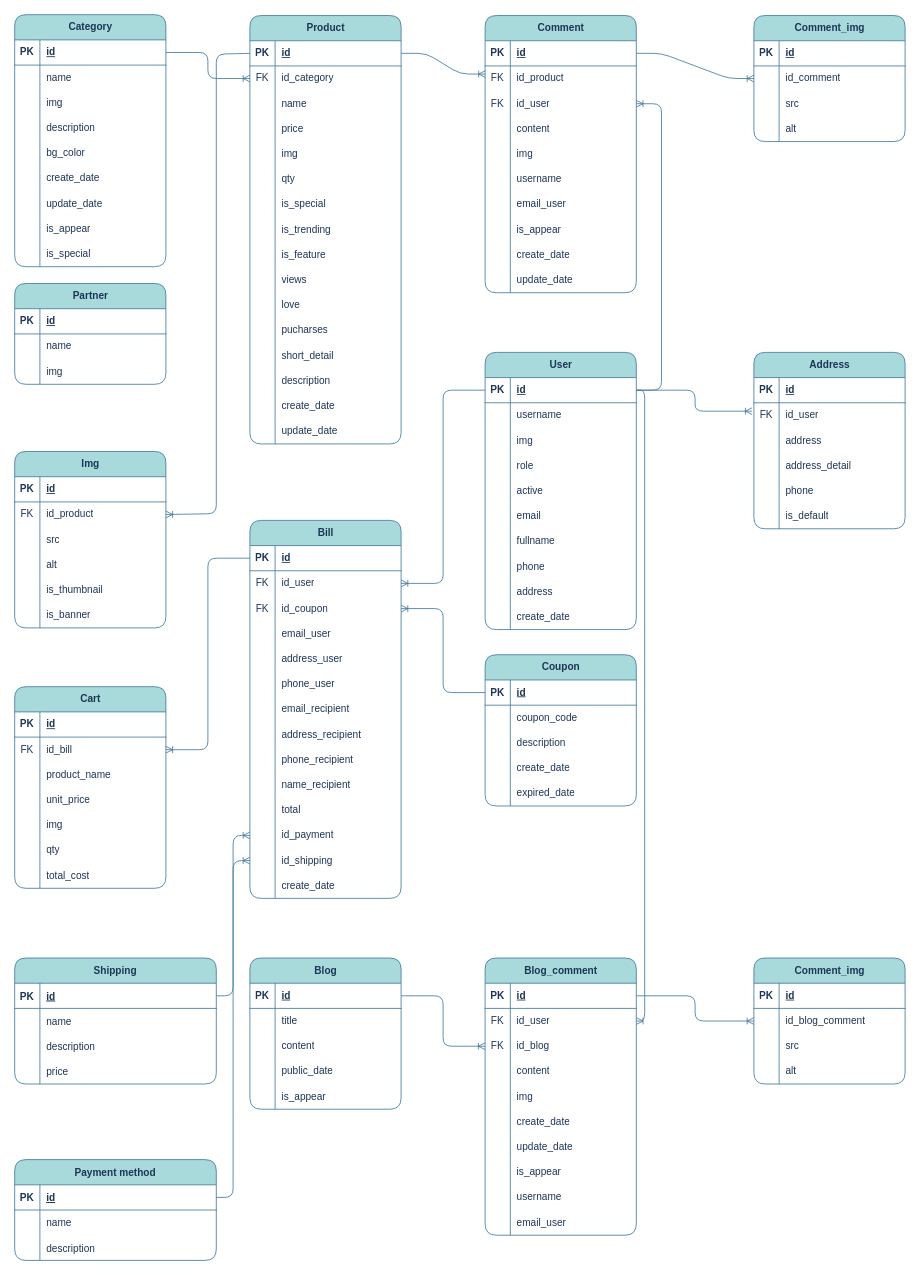
Above: page "ERD_Level-2" (1 of 3) of .vscode/LEGOUS_DIAGRAM.drawio in thanh8724/Legous (draw.io), before the change. Source tidied: cells renumbered, new cells numbered last; positions are measured from the earlier drawing's top-left corner, leaving out a move shared by most shapes. Both pictures are drawn from the tidied source at 84%, with x=0, y=0 at pixel (14, 14).
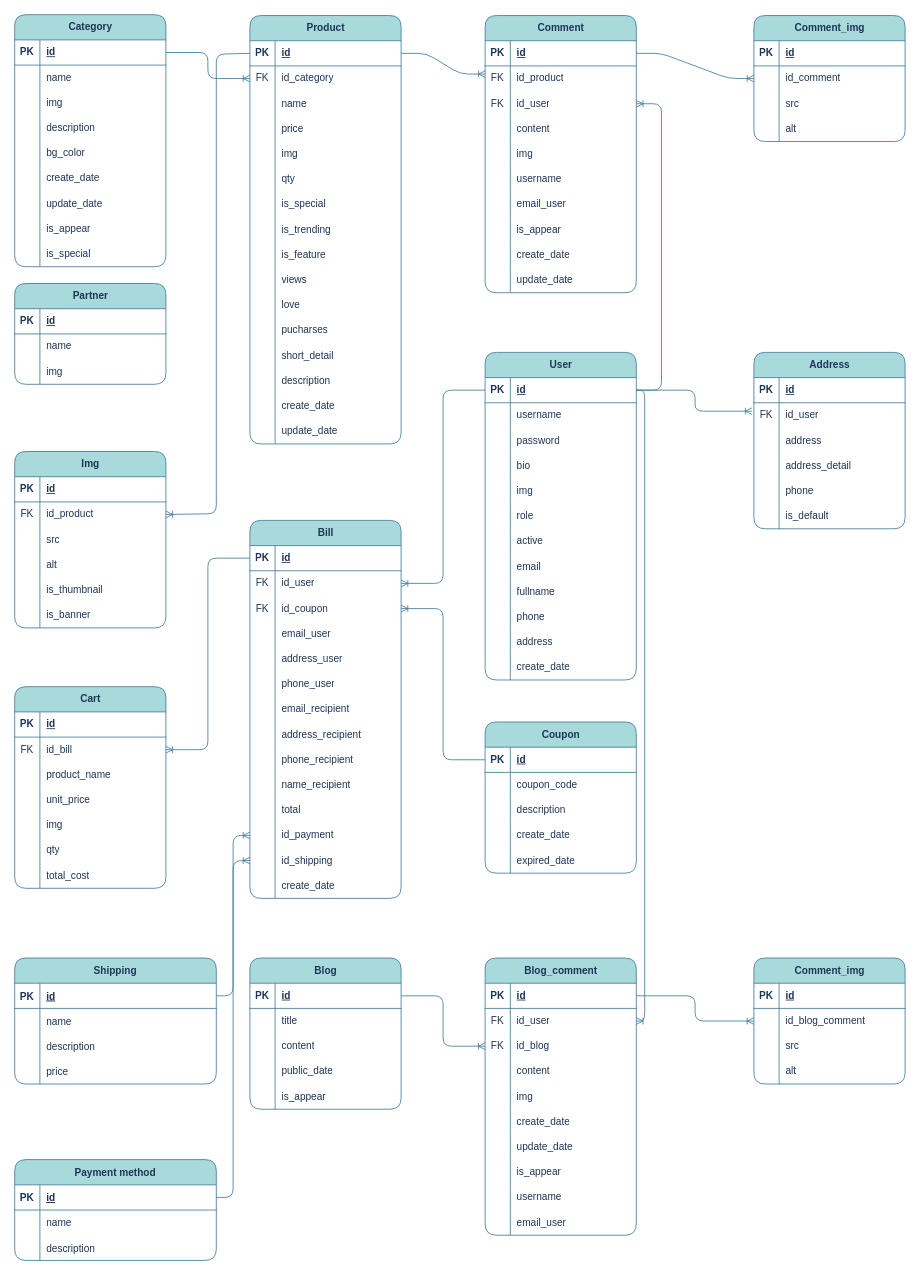
The same diagram, later.

Diff of the diagram source:
```diff
@@
     <mxCell id="173" value="User" style="shape=table;startSize=30;childLayout=tableLayout;rowLines=0;fontStyle=1;align=center;html=1;labelBackgroundColor=none;fillColor=#A8DADC;strokeColor=#457B9D;fontColor=#1D3557;rounded=1;" parent="1" vertex="1">
-      <mxGeometry x="560" y="402" width="180" height="330" as="geometry" />
+      <mxGeometry x="560" y="402" width="180" height="390" as="geometry" />
     </mxCell>
@@
+    <mxCell id="380" style="shape=tableRow;horizontal=0;startSize=0;swimlaneHead=0;swimlaneBody=0;fillColor=none;top=0;left=0;right=0;bottom=0;labelBackgroundColor=none;strokeColor=#457B9D;fontColor=#1D3557;rounded=1;" parent="173" vertex="1">
+      <mxGeometry y="90" width="180" height="30" as="geometry" />
+    </mxCell>
+    <mxCell id="381" style="shape=partialRectangle;fillColor=none;top=0;left=0;bottom=0;right=0;overflow=hidden;whiteSpace=wrap;html=1;labelBackgroundColor=none;strokeColor=#457B9D;fontColor=#1D3557;rounded=1;" parent="380" vertex="1">
+      <mxGeometry width="30" height="30" as="geometry" />
+    </mxCell>
+    <mxCell id="382" value="password" style="shape=partialRectangle;fillColor=none;top=0;left=0;bottom=0;right=0;align=left;spacingLeft=6;overflow=hidden;whiteSpace=wrap;html=1;labelBackgroundColor=none;strokeColor=#457B9D;fontColor=#1D3557;rounded=1;" parent="380" vertex="1">
+      <mxGeometry x="30" width="150" height="30" as="geometry" />
+    </mxCell>
+    <mxCell id="383" style="shape=tableRow;horizontal=0;startSize=0;swimlaneHead=0;swimlaneBody=0;fillColor=none;top=0;left=0;right=0;bottom=0;labelBackgroundColor=none;strokeColor=#457B9D;fontColor=#1D3557;rounded=1;" parent="173" vertex="1">
+      <mxGeometry y="120" width="180" height="30" as="geometry" />
+    </mxCell>
+    <mxCell id="384" style="shape=partialRectangle;fillColor=none;top=0;left=0;bottom=0;right=0;overflow=hidden;whiteSpace=wrap;html=1;labelBackgroundColor=none;strokeColor=#457B9D;fontColor=#1D3557;rounded=1;" parent="383" vertex="1">
+      <mxGeometry width="30" height="30" as="geometry" />
+    </mxCell>
+    <mxCell id="385" value="bio" style="shape=partialRectangle;fillColor=none;top=0;left=0;bottom=0;right=0;align=left;spacingLeft=6;overflow=hidden;whiteSpace=wrap;html=1;labelBackgroundColor=none;strokeColor=#457B9D;fontColor=#1D3557;rounded=1;" parent="383" vertex="1">
+      <mxGeometry x="30" width="150" height="30" as="geometry" />
+    </mxCell>
     <mxCell id="180" style="shape=tableRow;horizontal=0;startSize=0;swimlaneHead=0;swimlaneBody=0;fillColor=none;top=0;left=0;right=0;bottom=0;labelBackgroundColor=none;strokeColor=#457B9D;fontColor=#1D3557;rounded=1;" parent="173" vertex="1">
-      <mxGeometry y="90" width="180" height="30" as="geometry" />
+      <mxGeometry y="150" width="180" height="30" as="geometry" />
     </mxCell>
@@
     <mxCell id="183" style="shape=tableRow;horizontal=0;startSize=0;swimlaneHead=0;swimlaneBody=0;fillColor=none;top=0;left=0;right=0;bottom=0;labelBackgroundColor=none;strokeColor=#457B9D;fontColor=#1D3557;rounded=1;" parent="173" vertex="1">
-      <mxGeometry y="120" width="180" height="30" as="geometry" />
+      <mxGeometry y="180" width="180" height="30" as="geometry" />
     </mxCell>
@@
     <mxCell id="186" style="shape=tableRow;horizontal=0;startSize=0;swimlaneHead=0;swimlaneBody=0;fillColor=none;top=0;left=0;right=0;bottom=0;labelBackgroundColor=none;strokeColor=#457B9D;fontColor=#1D3557;rounded=1;" parent="173" vertex="1">
-      <mxGeometry y="150" width="180" height="30" as="geometry" />
+      <mxGeometry y="210" width="180" height="30" as="geometry" />
     </mxCell>
@@
     <mxCell id="189" style="shape=tableRow;horizontal=0;startSize=0;swimlaneHead=0;swimlaneBody=0;fillColor=none;top=0;left=0;right=0;bottom=0;labelBackgroundColor=none;strokeColor=#457B9D;fontColor=#1D3557;rounded=1;" parent="173" vertex="1">
-      <mxGeometry y="180" width="180" height="30" as="geometry" />
+      <mxGeometry y="240" width="180" height="30" as="geometry" />
     </mxCell>
@@
     <mxCell id="192" style="shape=tableRow;horizontal=0;startSize=0;swimlaneHead=0;swimlaneBody=0;fillColor=none;top=0;left=0;right=0;bottom=0;labelBackgroundColor=none;strokeColor=#457B9D;fontColor=#1D3557;rounded=1;" parent="173" vertex="1">
-      <mxGeometry y="210" width="180" height="30" as="geometry" />
+      <mxGeometry y="270" width="180" height="30" as="geometry" />
     </mxCell>
@@
     <mxCell id="195" style="shape=tableRow;horizontal=0;startSize=0;swimlaneHead=0;swimlaneBody=0;fillColor=none;top=0;left=0;right=0;bottom=0;labelBackgroundColor=none;strokeColor=#457B9D;fontColor=#1D3557;rounded=1;" parent="173" vertex="1">
-      <mxGeometry y="240" width="180" height="30" as="geometry" />
+      <mxGeometry y="300" width="180" height="30" as="geometry" />
     </mxCell>
@@
     <mxCell id="198" style="shape=tableRow;horizontal=0;startSize=0;swimlaneHead=0;swimlaneBody=0;fillColor=none;top=0;left=0;right=0;bottom=0;labelBackgroundColor=none;strokeColor=#457B9D;fontColor=#1D3557;rounded=1;" parent="173" vertex="1">
-      <mxGeometry y="270" width="180" height="30" as="geometry" />
+      <mxGeometry y="330" width="180" height="30" as="geometry" />
     </mxCell>
@@
     <mxCell id="201" style="shape=tableRow;horizontal=0;startSize=0;swimlaneHead=0;swimlaneBody=0;fillColor=none;top=0;left=0;right=0;bottom=0;labelBackgroundColor=none;strokeColor=#457B9D;fontColor=#1D3557;rounded=1;" parent="173" vertex="1">
-      <mxGeometry y="300" width="180" height="30" as="geometry" />
+      <mxGeometry y="360" width="180" height="30" as="geometry" />
     </mxCell>
@@
     <mxCell id="235" value="Coupon" style="shape=table;startSize=30;childLayout=tableLayout;rowLines=0;fontStyle=1;align=center;html=1;labelBackgroundColor=none;fillColor=#A8DADC;strokeColor=#457B9D;fontColor=#1D3557;rounded=1;" parent="1" vertex="1">
-      <mxGeometry x="560" y="762" width="180" height="180" as="geometry" />
+      <mxGeometry x="560" y="842" width="180" height="180" as="geometry" />
     </mxCell>
```
